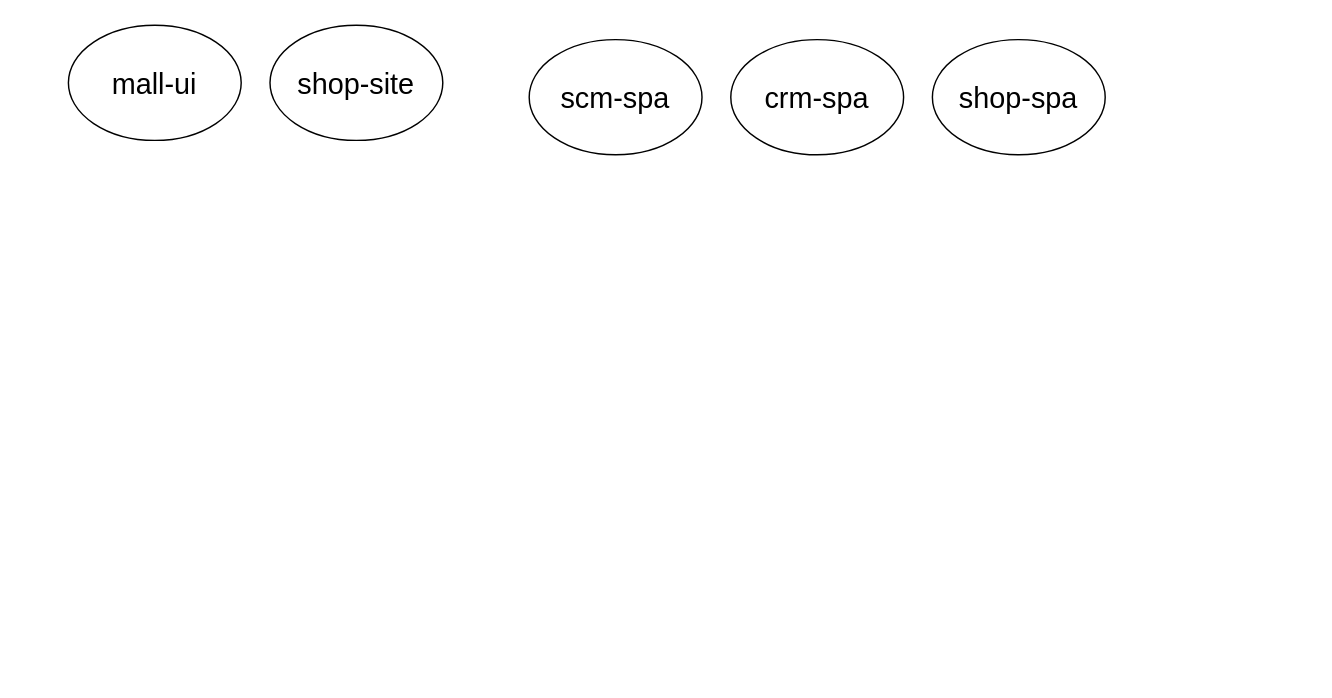
Before: 系统结构图.drawio in lycwukang/diagrams, a draw.io diagram. Source tidied: cells renumbered, new cells numbered last; positions are measured from the earlier drawing's top-left corner, leaving out a move shared by most shapes. Both pictures are drawn from the tidied source at 144%, with x=0, y=0 at pixel (68, 24).
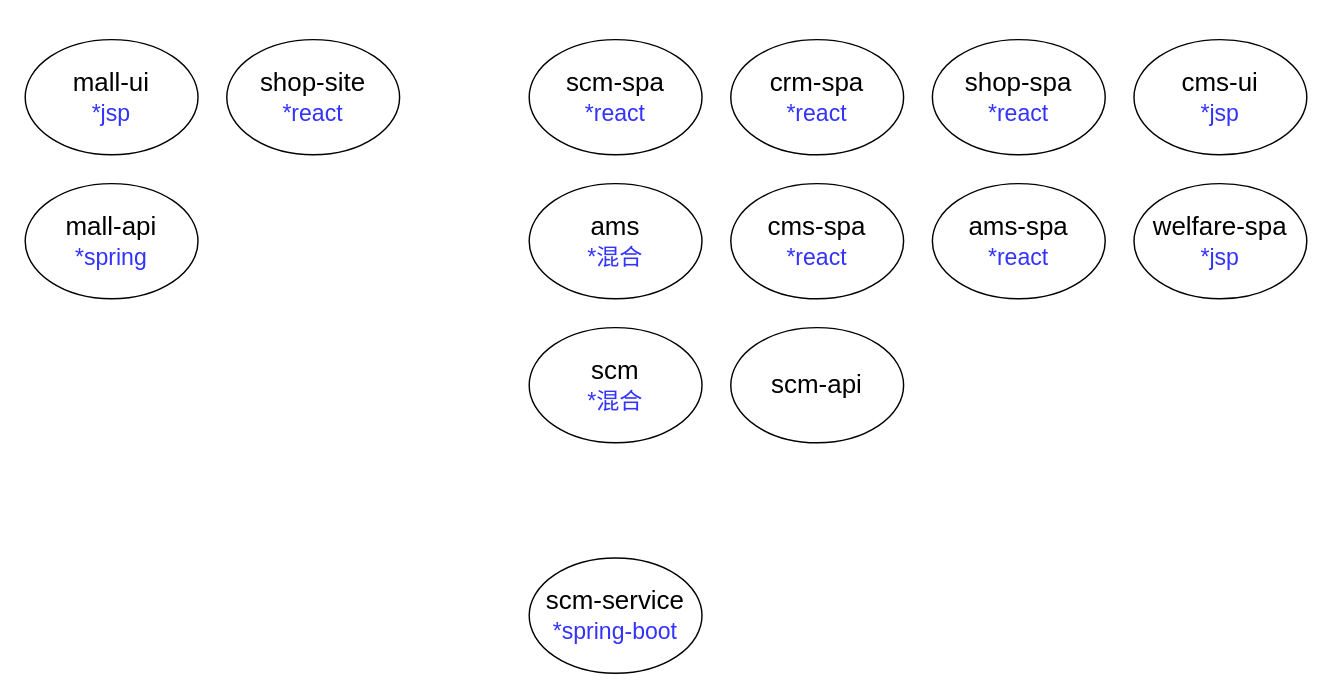
Above is the later version.

Commit message (it also covers changes not shown here):
更新系统结构图.drawio

Diff of the diagram source:
```diff
@@
 <mxGraphModel>
   <root>
     <mxCell id="0" />
     <mxCell id="1" parent="0" />
-    <mxCell id="2" value="&lt;font&gt;&lt;font style=&quot;font-size: 20px&quot;&gt;mall-ui&lt;/font&gt;&lt;br&gt;&lt;/font&gt;" style="ellipse;whiteSpace=wrap;html=1;" parent="1" vertex="1">
-      <mxGeometry width="120" height="80" as="geometry" />
+    <mxCell id="2" value="&lt;font&gt;&lt;font style=&quot;font-size: 18px&quot;&gt;mall-ui&lt;br&gt;&lt;/font&gt;&lt;font style=&quot;font-size: 16px&quot; color=&quot;#3333ff&quot;&gt;*jsp&lt;/font&gt;&lt;br&gt;&lt;/font&gt;" style="ellipse;whiteSpace=wrap;html=1;" parent="1" vertex="1">
+      <mxGeometry x="-30" y="10" width="120" height="80" as="geometry" />
     </mxCell>
-    <mxCell id="3" value="&lt;font&gt;&lt;font style=&quot;font-size: 20px&quot;&gt;shop-site&lt;/font&gt;&lt;br&gt;&lt;/font&gt;" style="ellipse;whiteSpace=wrap;html=1;" parent="1" vertex="1">
-      <mxGeometry x="140" width="120" height="80" as="geometry" />
+    <mxCell id="3" value="&lt;font&gt;&lt;font&gt;&lt;font style=&quot;font-size: 18px&quot;&gt;shop-site&lt;/font&gt;&lt;br&gt;&lt;/font&gt;&lt;font style=&quot;font-size: 16px&quot; color=&quot;#3333ff&quot;&gt;*react&lt;/font&gt;&lt;br&gt;&lt;/font&gt;" style="ellipse;whiteSpace=wrap;html=1;" parent="1" vertex="1">
+      <mxGeometry x="110" y="10" width="120" height="80" as="geometry" />
     </mxCell>
-    <mxCell id="4" value="&lt;font&gt;&lt;font style=&quot;font-size: 20px&quot;&gt;scm-spa&lt;/font&gt;&lt;br&gt;&lt;/font&gt;" style="ellipse;whiteSpace=wrap;html=1;" parent="1" vertex="1">
+    <mxCell id="4" value="&lt;font&gt;&lt;font style=&quot;font-size: 18px&quot;&gt;scm-spa&lt;br&gt;&lt;/font&gt;&lt;font style=&quot;font-size: 16px&quot; color=&quot;#3333ff&quot;&gt;*react&lt;/font&gt;&lt;br&gt;&lt;/font&gt;" style="ellipse;whiteSpace=wrap;html=1;" parent="1" vertex="1">
       <mxGeometry x="320" y="10" width="120" height="80" as="geometry" />
     </mxCell>
-    <mxCell id="5" value="&lt;font&gt;&lt;font style=&quot;font-size: 20px&quot;&gt;crm-spa&lt;/font&gt;&lt;br&gt;&lt;/font&gt;" style="ellipse;whiteSpace=wrap;html=1;" parent="1" vertex="1">
+    <mxCell id="5" value="&lt;font&gt;&lt;font style=&quot;font-size: 18px&quot;&gt;crm-spa&lt;br&gt;&lt;/font&gt;&lt;font color=&quot;#3333ff&quot; style=&quot;font-size: 16px&quot;&gt;*react&lt;/font&gt;&lt;br&gt;&lt;/font&gt;" style="ellipse;whiteSpace=wrap;html=1;" parent="1" vertex="1">
       <mxGeometry x="460" y="10" width="120" height="80" as="geometry" />
     </mxCell>
-    <mxCell id="6" value="&lt;font&gt;&lt;font style=&quot;font-size: 20px&quot;&gt;shop-spa&lt;/font&gt;&lt;br&gt;&lt;/font&gt;" style="ellipse;whiteSpace=wrap;html=1;" parent="1" vertex="1">
+    <mxCell id="6" value="&lt;font&gt;&lt;font style=&quot;font-size: 18px&quot;&gt;shop-spa&lt;br&gt;&lt;/font&gt;&lt;font style=&quot;font-size: 16px&quot; color=&quot;#3333ff&quot;&gt;*react&lt;/font&gt;&lt;br&gt;&lt;/font&gt;" style="ellipse;whiteSpace=wrap;html=1;" parent="1" vertex="1">
       <mxGeometry x="600" y="10" width="120" height="80" as="geometry" />
     </mxCell>
+    <mxCell id="7" value="&lt;font&gt;&lt;font style=&quot;font-size: 18px&quot;&gt;cms-ui&lt;br&gt;&lt;/font&gt;&lt;font style=&quot;font-size: 16px&quot; color=&quot;#3333ff&quot;&gt;*jsp&lt;/font&gt;&lt;br&gt;&lt;/font&gt;" style="ellipse;whiteSpace=wrap;html=1;" parent="1" vertex="1">
+      <mxGeometry x="740" y="10" width="120" height="80" as="geometry" />
+    </mxCell>
+    <mxCell id="8" value="&lt;font&gt;&lt;font style=&quot;font-size: 18px&quot;&gt;ams&lt;br&gt;&lt;/font&gt;&lt;font color=&quot;#3333ff&quot; style=&quot;font-size: 16px&quot;&gt;*混合&lt;/font&gt;&lt;br&gt;&lt;/font&gt;" style="ellipse;whiteSpace=wrap;html=1;" parent="1" vertex="1">
+      <mxGeometry x="320" y="110" width="120" height="80" as="geometry" />
+    </mxCell>
+    <mxCell id="9" value="&lt;font&gt;&lt;font style=&quot;font-size: 18px&quot;&gt;welfare-spa&lt;br&gt;&lt;/font&gt;&lt;font style=&quot;font-size: 16px&quot; color=&quot;#3333ff&quot;&gt;*jsp&lt;/font&gt;&lt;br&gt;&lt;/font&gt;" style="ellipse;whiteSpace=wrap;html=1;" parent="1" vertex="1">
+      <mxGeometry x="740" y="110" width="120" height="80" as="geometry" />
+    </mxCell>
+    <mxCell id="10" value="&lt;font&gt;&lt;span style=&quot;font-size: 18px&quot;&gt;mall-api&lt;br&gt;&lt;/span&gt;&lt;font color=&quot;#3333ff&quot; style=&quot;font-size: 16px&quot;&gt;*spring&lt;/font&gt;&lt;br&gt;&lt;/font&gt;" style="ellipse;whiteSpace=wrap;html=1;" parent="1" vertex="1">
+      <mxGeometry x="-30" y="110" width="120" height="80" as="geometry" />
+    </mxCell>
+    <mxCell id="11" value="&lt;font&gt;&lt;font style=&quot;font-size: 18px&quot;&gt;cms-spa&lt;br&gt;&lt;/font&gt;&lt;font style=&quot;font-size: 16px&quot; color=&quot;#3333ff&quot;&gt;*react&lt;/font&gt;&lt;br&gt;&lt;/font&gt;" style="ellipse;whiteSpace=wrap;html=1;" parent="1" vertex="1">
+      <mxGeometry x="460" y="110" width="120" height="80" as="geometry" />
+    </mxCell>
+    <mxCell id="12" value="&lt;font&gt;&lt;font style=&quot;font-size: 18px&quot;&gt;ams-spa&lt;br&gt;&lt;/font&gt;&lt;font style=&quot;font-size: 16px&quot; color=&quot;#3333ff&quot;&gt;*react&lt;/font&gt;&lt;br&gt;&lt;/font&gt;" style="ellipse;whiteSpace=wrap;html=1;" parent="1" vertex="1">
+      <mxGeometry x="600" y="110" width="120" height="80" as="geometry" />
+    </mxCell>
+    <mxCell id="13" value="&lt;font&gt;&lt;font style=&quot;font-size: 18px&quot;&gt;scm&lt;br&gt;&lt;/font&gt;&lt;font style=&quot;font-size: 16px&quot; color=&quot;#3333ff&quot;&gt;*混合&lt;/font&gt;&lt;br&gt;&lt;/font&gt;" style="ellipse;whiteSpace=wrap;html=1;" parent="1" vertex="1">
+      <mxGeometry x="320" y="210" width="120" height="80" as="geometry" />
+    </mxCell>
+    <mxCell id="14" value="&lt;font&gt;&lt;span style=&quot;font-size: 18px&quot;&gt;scm-api&lt;/span&gt;&lt;br&gt;&lt;/font&gt;" style="ellipse;whiteSpace=wrap;html=1;" parent="1" vertex="1">
+      <mxGeometry x="460" y="210" width="120" height="80" as="geometry" />
+    </mxCell>
+    <mxCell id="15" value="&lt;font&gt;&lt;span style=&quot;font-size: 18px&quot;&gt;scm-service&lt;br&gt;&lt;/span&gt;&lt;font style=&quot;font-size: 16px&quot; color=&quot;#3333ff&quot;&gt;*spring-boot&lt;/font&gt;&lt;br&gt;&lt;/font&gt;" style="ellipse;whiteSpace=wrap;html=1;" parent="1" vertex="1">
+      <mxGeometry x="320" y="370" width="120" height="80" as="geometry" />
+    </mxCell>
   </root>
 </mxGraphModel>
```
